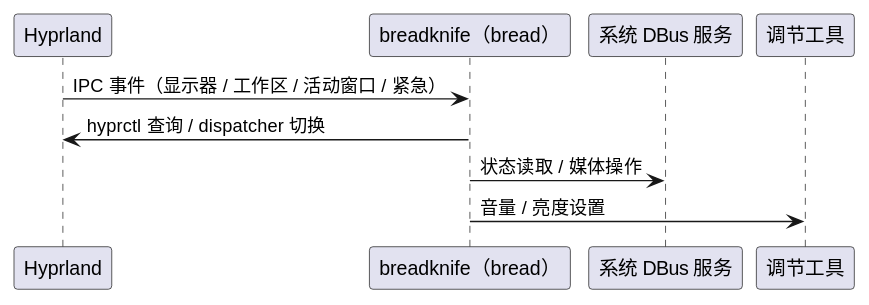
Before: diagram/breadknife-provider.svg, a diagram exported from PlantUML (54m43lJ/BreadKnife). The source it was exported from:
```plantuml
@startuml
participant "Hyprland" as hypr
participant "breadknife（bread）" as bread
participant "系统 DBus 服务" as svc
participant "调节工具" as tools

hypr -> bread: IPC 事件（显示器 / 工作区 / 活动窗口 / 紧急）
bread -> hypr: hyprctl 查询 / dispatcher 切换
bread -> svc: 状态读取 / 媒体操作
bread -> tools: 音量 / 亮度设置
@enduml
```
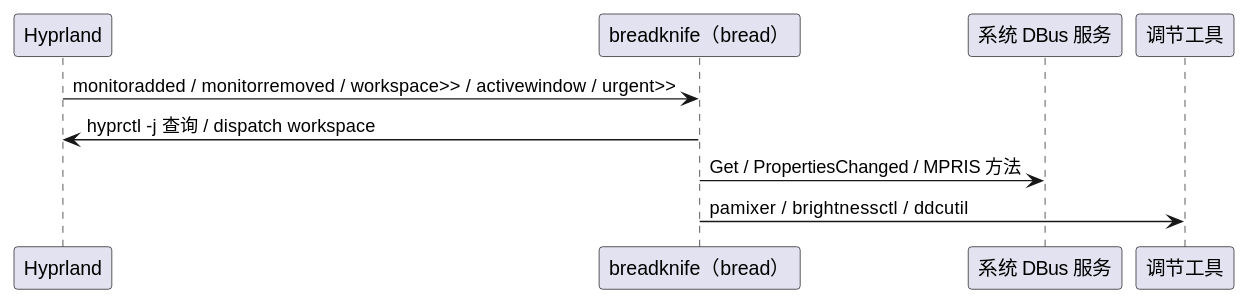
The same diagram one commit later.

Commit message:
docs: 第三阶段——补齐 breadpan PROVIDER 与结构字段

The edit, as a diff of the source:
```diff
@@ -4,8 +4,8 @@
 participant "系统 DBus 服务" as svc
 participant "调节工具" as tools
 
-hypr -> bread: IPC 事件（显示器 / 工作区 / 活动窗口 / 紧急）
-bread -> hypr: hyprctl 查询 / dispatcher 切换
-bread -> svc: 状态读取 / 媒体操作
-bread -> tools: 音量 / 亮度设置
+hypr -> bread: monitoradded / monitorremoved / workspace>> / activewindow / urgent>>
+bread -> hypr: hyprctl -j 查询 / dispatch workspace
+bread -> svc: Get / PropertiesChanged / MPRIS 方法
+bread -> tools: pamixer / brightnessctl / ddcutil
 @enduml
```
